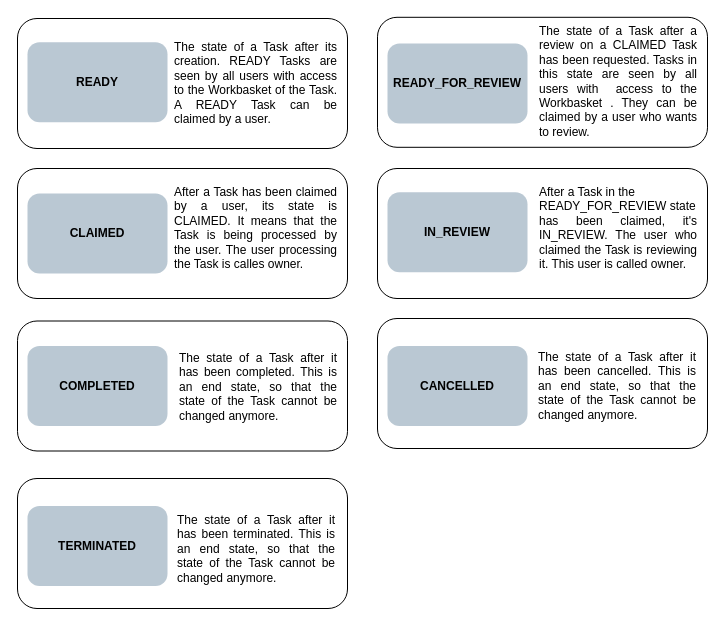
Before: new-doc-structure/first-example/docs/user-guide/core-concepts/task-states.drawio in ryzheboka/taskana-doc, a draw.io diagram. Source tidied: cells renumbered, new cells numbered last; positions are measured from the earlier drawing's top-left corner, leaving out a move shared by most shapes. Both pictures are drawn from the tidied source at 100%, with x=0, y=0 at pixel (17, 17).
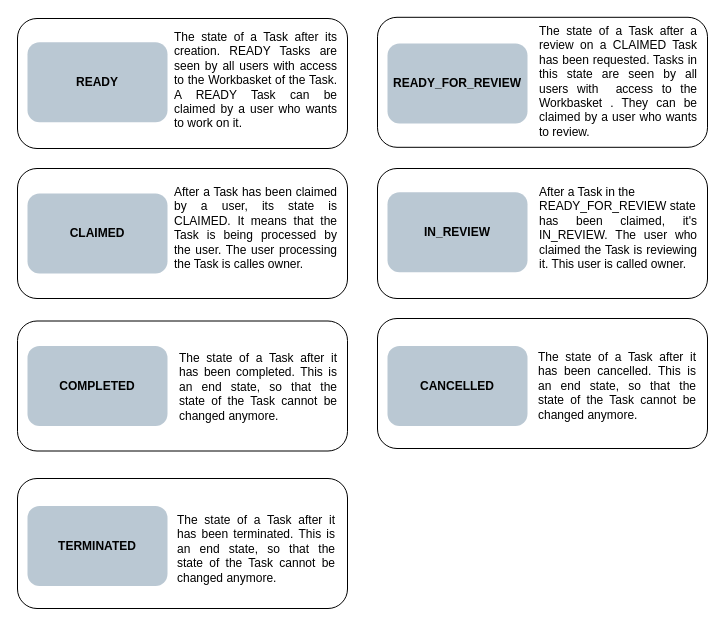
The same diagram, later.

Diff of the diagram source:
```diff
@@
-    <mxCell id="16" value="&lt;div style=&quot;text-align: justify&quot;&gt;&lt;span&gt;The state of a Task after its creation. READY Tasks are seen by all users with access to the Workbasket of the Task. A READY Task can be claimed by a user.&lt;/span&gt;&lt;/div&gt;" style="rounded=0;whiteSpace=wrap;html=1;fillColor=none;align=left;strokeColor=none;verticalAlign=top;" parent="1" vertex="1">
-      <mxGeometry x="155" y="16" width="165" height="97.5" as="geometry" />
+    <mxCell id="16" value="&lt;div style=&quot;text-align: justify&quot;&gt;&lt;span&gt;The state of a Task after its creation. READY Tasks are seen by all users with access to the Workbasket of the Task. A READY Task can be claimed by a user who wants to work on it.&lt;/span&gt;&lt;/div&gt;" style="rounded=0;whiteSpace=wrap;html=1;fillColor=none;align=left;strokeColor=none;verticalAlign=top;" parent="1" vertex="1">
+      <mxGeometry x="155" y="6" width="165" height="120" as="geometry" />
     </mxCell>
```
